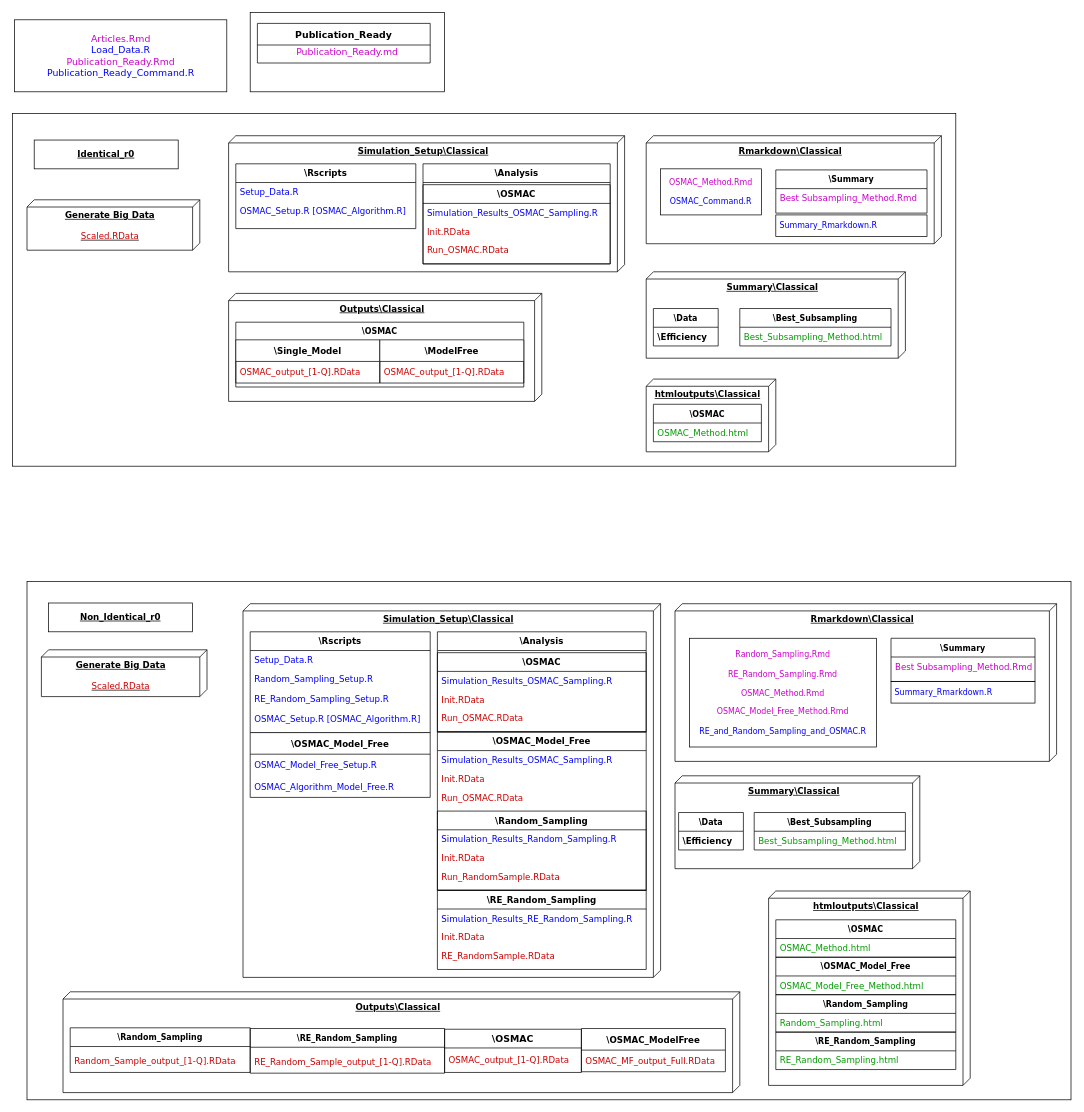
Above: Images/FullDiagram.drawio in Amalan-ConStat/RM_AM_MF_LR_RWS_NYC_Taxi_Fare_2013_Full (draw.io), before the change. Source tidied: cells renumbered, new cells numbered last; positions are measured from the earlier drawing's top-left corner, leaving out a move shared by most shapes. Both pictures are drawn from the tidied source at 72%, with x=0, y=0 at pixel (12, 12).
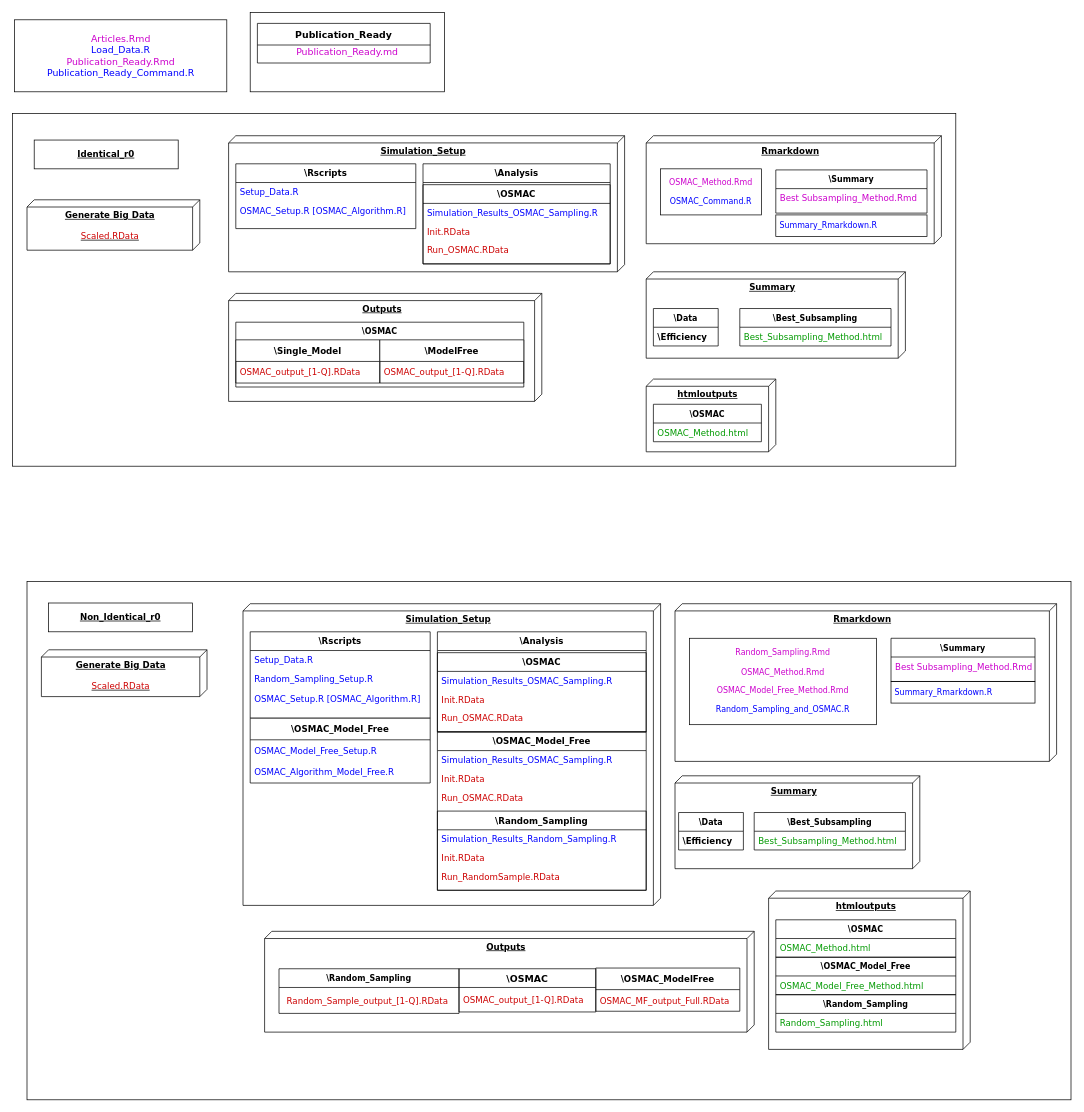
Above is the later version.

What changed in the source:
```diff
@@
-    <mxCell id="6" value="htmloutputs\Classical&lt;br&gt;&lt;br&gt;" style="verticalAlign=top;align=center;spacingTop=8;spacingLeft=2;spacingRight=12;shape=cube;size=10;direction=south;fontStyle=5;html=1;rounded=0;shadow=0;comic=0;labelBackgroundColor=none;strokeWidth=1;fontFamily=Verdana;fontSize=12;" parent="1" vertex="1">
+    <mxCell id="6" value="htmloutputs&lt;br&gt;" style="verticalAlign=top;align=center;spacingTop=8;spacingLeft=2;spacingRight=12;shape=cube;size=10;direction=south;fontStyle=5;html=1;rounded=0;shadow=0;comic=0;labelBackgroundColor=none;strokeWidth=1;fontFamily=Verdana;fontSize=12;" parent="1" vertex="1">
       <mxGeometry x="880" y="509" width="180" height="101" as="geometry" />
     </mxCell>
-    <mxCell id="7" value="Outputs\Classical" style="verticalAlign=top;align=center;spacingTop=8;spacingLeft=2;spacingRight=12;shape=cube;size=10;direction=south;fontStyle=5;html=1;rounded=0;shadow=0;comic=0;labelBackgroundColor=none;strokeWidth=1;fontFamily=Verdana;fontSize=12;" parent="1" vertex="1">
+    <mxCell id="7" value="Outputs" style="verticalAlign=top;align=center;spacingTop=8;spacingLeft=2;spacingRight=12;shape=cube;size=10;direction=south;fontStyle=5;html=1;rounded=0;shadow=0;comic=0;labelBackgroundColor=none;strokeWidth=1;fontFamily=Verdana;fontSize=12;" parent="1" vertex="1">
       <mxGeometry x="300" y="390" width="435" height="150" as="geometry" />
     </mxCell>
-    <mxCell id="8" value="&lt;b&gt;Rmarkdown\Classical&lt;/b&gt;" style="verticalAlign=top;align=center;spacingTop=8;spacingLeft=2;spacingRight=12;shape=cube;size=10;direction=south;fontStyle=4;html=1;rounded=0;shadow=0;comic=0;labelBackgroundColor=none;strokeWidth=1;fontFamily=Verdana;fontSize=12;" parent="1" vertex="1">
+    <mxCell id="8" value="&lt;b&gt;Rmarkdown&lt;/b&gt;" style="verticalAlign=top;align=center;spacingTop=8;spacingLeft=2;spacingRight=12;shape=cube;size=10;direction=south;fontStyle=4;html=1;rounded=0;shadow=0;comic=0;labelBackgroundColor=none;strokeWidth=1;fontFamily=Verdana;fontSize=12;" parent="1" vertex="1">
       <mxGeometry x="880" y="171" width="410" height="150" as="geometry" />
     </mxCell>
-    <mxCell id="9" value="Simulation_Setup\Classical" style="verticalAlign=top;align=center;spacingTop=8;spacingLeft=2;spacingRight=12;shape=cube;size=10;direction=south;fontStyle=5;html=1;rounded=0;shadow=0;comic=0;labelBackgroundColor=none;strokeWidth=1;fontFamily=Verdana;fontSize=12;" parent="1" vertex="1">
+    <mxCell id="9" value="Simulation_Setup" style="verticalAlign=top;align=center;spacingTop=8;spacingLeft=2;spacingRight=12;shape=cube;size=10;direction=south;fontStyle=5;html=1;rounded=0;shadow=0;comic=0;labelBackgroundColor=none;strokeWidth=1;fontFamily=Verdana;fontSize=12;" parent="1" vertex="1">
       <mxGeometry x="300" y="171" width="550" height="189" as="geometry" />
     </mxCell>
-    <mxCell id="10" value="&lt;b&gt;Summary\Classical&lt;/b&gt;" style="verticalAlign=top;align=center;spacingTop=8;spacingLeft=2;spacingRight=12;shape=cube;size=10;direction=south;fontStyle=4;html=1;rounded=0;shadow=0;comic=0;labelBackgroundColor=none;strokeWidth=1;fontFamily=Verdana;fontSize=12;" parent="1" vertex="1">
+    <mxCell id="10" value="&lt;b&gt;Summary&lt;/b&gt;" style="verticalAlign=top;align=center;spacingTop=8;spacingLeft=2;spacingRight=12;shape=cube;size=10;direction=south;fontStyle=4;html=1;rounded=0;shadow=0;comic=0;labelBackgroundColor=none;strokeWidth=1;fontFamily=Verdana;fontSize=12;" parent="1" vertex="1">
       <mxGeometry x="880" y="360" width="360" height="120" as="geometry" />
     </mxCell>
@@
-    <mxCell id="34" value="htmloutputs\Classical&lt;br&gt;&lt;br&gt;" style="verticalAlign=top;align=center;spacingTop=8;spacingLeft=2;spacingRight=12;shape=cube;size=10;direction=south;fontStyle=5;html=1;rounded=0;shadow=0;comic=0;labelBackgroundColor=none;strokeWidth=1;fontFamily=Verdana;fontSize=12;" parent="1" vertex="1">
-      <mxGeometry x="1050" y="1220" width="280" height="270" as="geometry" />
+    <mxCell id="34" value="htmloutputs&lt;br&gt;" style="verticalAlign=top;align=center;spacingTop=8;spacingLeft=2;spacingRight=12;shape=cube;size=10;direction=south;fontStyle=5;html=1;rounded=0;shadow=0;comic=0;labelBackgroundColor=none;strokeWidth=1;fontFamily=Verdana;fontSize=12;" parent="1" vertex="1">
+      <mxGeometry x="1050" y="1220" width="280" height="220" as="geometry" />
     </mxCell>
-    <mxCell id="35" value="Outputs\Classical" style="verticalAlign=top;align=center;spacingTop=8;spacingLeft=2;spacingRight=12;shape=cube;size=10;direction=south;fontStyle=5;html=1;rounded=0;shadow=0;comic=0;labelBackgroundColor=none;strokeWidth=1;fontFamily=Verdana;fontSize=12;" parent="1" vertex="1">
-      <mxGeometry x="70" y="1360" width="940" height="140" as="geometry" />
+    <mxCell id="35" value="Outputs" style="verticalAlign=top;align=center;spacingTop=8;spacingLeft=2;spacingRight=12;shape=cube;size=10;direction=south;fontStyle=5;html=1;rounded=0;shadow=0;comic=0;labelBackgroundColor=none;strokeWidth=1;fontFamily=Verdana;fontSize=12;" parent="1" vertex="1">
+      <mxGeometry x="350" y="1276" width="680" height="140" as="geometry" />
     </mxCell>
-    <mxCell id="36" value="&lt;b&gt;Rmarkdown\Classical&lt;/b&gt;" style="verticalAlign=top;align=center;spacingTop=8;spacingLeft=2;spacingRight=12;shape=cube;size=10;direction=south;fontStyle=4;html=1;rounded=0;shadow=0;comic=0;labelBackgroundColor=none;strokeWidth=1;fontFamily=Verdana;fontSize=12;" parent="1" vertex="1">
+    <mxCell id="36" value="&lt;b&gt;Rmarkdown&lt;/b&gt;" style="verticalAlign=top;align=center;spacingTop=8;spacingLeft=2;spacingRight=12;shape=cube;size=10;direction=south;fontStyle=4;html=1;rounded=0;shadow=0;comic=0;labelBackgroundColor=none;strokeWidth=1;fontFamily=Verdana;fontSize=12;" parent="1" vertex="1">
       <mxGeometry x="920" y="821" width="530" height="219" as="geometry" />
     </mxCell>
-    <mxCell id="37" value="Simulation_Setup\Classical" style="verticalAlign=top;align=center;spacingTop=8;spacingLeft=2;spacingRight=12;shape=cube;size=10;direction=south;fontStyle=5;html=1;rounded=0;shadow=0;comic=0;labelBackgroundColor=none;strokeWidth=1;fontFamily=Verdana;fontSize=12;" parent="1" vertex="1">
-      <mxGeometry x="320" y="821" width="580" height="519" as="geometry" />
+    <mxCell id="37" value="Simulation_Setup" style="verticalAlign=top;align=center;spacingTop=8;spacingLeft=2;spacingRight=12;shape=cube;size=10;direction=south;fontStyle=5;html=1;rounded=0;shadow=0;comic=0;labelBackgroundColor=none;strokeWidth=1;fontFamily=Verdana;fontSize=12;" parent="1" vertex="1">
+      <mxGeometry x="320" y="821" width="580" height="419" as="geometry" />
     </mxCell>
-    <mxCell id="38" value="&lt;b&gt;Summary\Classical&lt;/b&gt;" style="verticalAlign=top;align=center;spacingTop=8;spacingLeft=2;spacingRight=12;shape=cube;size=10;direction=south;fontStyle=4;html=1;rounded=0;shadow=0;comic=0;labelBackgroundColor=none;strokeWidth=1;fontFamily=Verdana;fontSize=12;" parent="1" vertex="1">
+    <mxCell id="38" value="&lt;b&gt;Summary&lt;/b&gt;" style="verticalAlign=top;align=center;spacingTop=8;spacingLeft=2;spacingRight=12;shape=cube;size=10;direction=south;fontStyle=4;html=1;rounded=0;shadow=0;comic=0;labelBackgroundColor=none;strokeWidth=1;fontFamily=Verdana;fontSize=12;" parent="1" vertex="1">
       <mxGeometry x="920" y="1060" width="340" height="129" as="geometry" />
     </mxCell>
     <mxCell id="39" value="\Rscripts" style="swimlane;fontStyle=1;horizontal=1;startSize=26;fontFamily=Verdana;" parent="1" vertex="1">
-      <mxGeometry x="330" y="860" width="250" height="140" as="geometry" />
+      <mxGeometry x="330" y="860" width="250" height="120" as="geometry" />
     </mxCell>
@@
-    <mxCell id="41" value="Random_Sampling_Setup.R&#10;&#10;RE_Random_Sampling_Setup.R&#10;&#10;OSMAC_Setup.R [OSMAC_Algorithm.R]&#10;" style="text;strokeColor=none;fillColor=none;align=left;verticalAlign=top;spacingLeft=4;spacingRight=4;overflow=hidden;fontColor=#0000FF;fontFamily=Verdana;" parent="39" vertex="1">
-      <mxGeometry y="52" width="250" height="88" as="geometry" />
+    <mxCell id="41" value="Random_Sampling_Setup.R&#10;&#10;OSMAC_Setup.R [OSMAC_Algorithm.R]&#10;" style="text;strokeColor=none;fillColor=none;align=left;verticalAlign=top;spacingLeft=4;spacingRight=4;overflow=hidden;fontColor=#0000FF;fontFamily=Verdana;" parent="39" vertex="1">
+      <mxGeometry y="52" width="250" height="68" as="geometry" />
     </mxCell>
@@
-    <mxCell id="43" value="&lt;font color=&quot;#cc00cc&quot;&gt;Random_Sampling.Rmd&lt;br&gt;&lt;br&gt;&lt;/font&gt;&lt;span style=&quot;color: rgb(204 , 0 , 204)&quot;&gt;RE_Random_Sampling.Rmd&lt;/span&gt;&lt;font color=&quot;#cc00cc&quot;&gt;&lt;br&gt;&lt;br&gt;OSMAC_Method.Rmd&lt;br&gt;&lt;br&gt;OSMAC_Model_Free_Method.Rmd&lt;br&gt;&lt;/font&gt;&lt;br&gt;&lt;font color=&quot;#0000ff&quot;&gt;RE_and_Random_Sampling_and_OSMAC.R&lt;/font&gt;" style="whiteSpace=wrap;html=1;fontSize=11;fontColor=#000000;strokeColor=#000000;fillColor=none;align=center;fontFamily=Verdana;" parent="1" vertex="1">
-      <mxGeometry x="940" y="869" width="260" height="151" as="geometry" />
+    <mxCell id="43" value="&lt;font color=&quot;#cc00cc&quot;&gt;Random_Sampling.Rmd&lt;/font&gt;&lt;font color=&quot;#cc00cc&quot;&gt;&lt;br&gt;&lt;br&gt;OSMAC_Method.Rmd&lt;br&gt;&lt;br&gt;OSMAC_Model_Free_Method.Rmd&lt;br&gt;&lt;/font&gt;&lt;br&gt;&lt;font color=&quot;#0000ff&quot;&gt;Random_Sampling_and_OSMAC.R&lt;/font&gt;" style="whiteSpace=wrap;html=1;fontSize=11;fontColor=#000000;strokeColor=#000000;fillColor=none;align=center;fontFamily=Verdana;" parent="1" vertex="1">
+      <mxGeometry x="940" y="869" width="260" height="120" as="geometry" />
     </mxCell>
@@
     <mxCell id="56" value="\OSMAC_ModelFree" style="swimlane;fontStyle=1;horizontal=1;startSize=30;fontColor=#000000;fontFamily=Verdana;" parent="1" vertex="1">
-      <mxGeometry x="790" y="1411" width="200" height="60" as="geometry" />
+      <mxGeometry x="810" y="1327" width="200" height="60" as="geometry" />
     </mxCell>
@@
     <mxCell id="58" value="\OSMAC_Model_Free" style="swimlane;fontStyle=1;horizontal=1;startSize=30;fontColor=#000000;fontFamily=Verdana;" parent="1" vertex="1">
-      <mxGeometry x="330" y="1000" width="250" height="90" as="geometry" />
+      <mxGeometry x="330" y="980" width="250" height="90" as="geometry" />
     </mxCell>
@@
-    <mxCell id="69" value="\RE_Random_Sampling" style="swimlane;fontStyle=1;horizontal=1;startSize=26;strokeColor=#000000;fillColor=none;fontFamily=Verdana;" parent="1" vertex="1">
-      <mxGeometry x="590" y="1219" width="290" height="110" as="geometry" />
-    </mxCell>
-    <mxCell id="70" value="Simulation_Results_RE_Random_Sampling.R" style="text;strokeColor=none;fillColor=none;align=left;verticalAlign=top;spacingLeft=4;spacingRight=4;overflow=hidden;fontColor=#0000FF;fontFamily=Verdana;" parent="69" vertex="1">
-      <mxGeometry y="26" width="290" height="26" as="geometry" />
-    </mxCell>
-    <mxCell id="71" value="Init.RData" style="text;strokeColor=none;fillColor=none;align=left;verticalAlign=top;spacingLeft=4;spacingRight=4;overflow=hidden;fontColor=#CC0000;fontFamily=Verdana;" parent="69" vertex="1">
-      <mxGeometry y="52" width="290" height="26" as="geometry" />
-    </mxCell>
-    <mxCell id="72" value="RE_RandomSample.RData" style="text;strokeColor=none;fillColor=none;align=left;verticalAlign=top;spacingLeft=4;spacingRight=4;overflow=hidden;fontColor=#CC0000;fontFamily=Verdana;" parent="69" vertex="1">
-      <mxGeometry y="78" width="290" height="32" as="geometry" />
-    </mxCell>
     <mxCell id="73" value="\Random_Sampling" style="swimlane;fontStyle=1;horizontal=1;startSize=26;fontSize=11;strokeColor=#000000;fillColor=none;align=center;html=0;fontFamily=Verdana;" parent="1" vertex="1">
-      <mxGeometry x="80" y="1410" width="250" height="62" as="geometry" />
+      <mxGeometry x="370" y="1328" width="250" height="62" as="geometry" />
     </mxCell>
     <mxCell id="74" value="\OSMAC" style="swimlane;fontStyle=1;horizontal=1;startSize=26;fontSize=13;strokeColor=#000000;fillColor=none;align=center;html=0;fontFamily=Verdana;" parent="1" vertex="1">
-      <mxGeometry x="600" y="1412" width="190" height="60" as="geometry" />
+      <mxGeometry x="620" y="1328" width="190" height="60" as="geometry" />
     </mxCell>
@@
-    <mxCell id="80" value="\RE_Random_Sampling" style="swimlane;fontStyle=1;horizontal=1;startSize=26;fontSize=11;strokeColor=#000000;fillColor=none;align=center;html=0;fontFamily=Verdana;" parent="1" vertex="1">
-      <mxGeometry x="1060" y="1416" width="250" height="52" as="geometry" />
-    </mxCell>
-    <mxCell id="81" value="RE_Random_Sampling.html" style="text;strokeColor=none;fillColor=none;align=left;verticalAlign=top;spacingLeft=4;spacingRight=4;overflow=hidden;fontColor=#009900;fontFamily=Verdana;" parent="80" vertex="1">
-      <mxGeometry y="26" width="250" height="26" as="geometry" />
-    </mxCell>
@@
     <mxCell id="86" value="Random_Sample_output_[1-Q].RData" style="text;strokeColor=none;fillColor=none;align=left;verticalAlign=middle;spacingLeft=4;spacingRight=4;overflow=hidden;fontColor=#CC0000;fontFamily=Verdana;" parent="1" vertex="1">
-      <mxGeometry x="80" y="1441" width="240" height="30" as="geometry" />
+      <mxGeometry x="375" y="1357" width="240" height="30" as="geometry" />
     </mxCell>
-    <mxCell id="87" value="\RE_Random_Sampling" style="swimlane;fontStyle=1;horizontal=1;startSize=26;fontSize=11;strokeColor=#000000;fillColor=none;align=center;html=0;fontFamily=Verdana;" parent="1" vertex="1">
-      <mxGeometry x="330" y="1411" width="270" height="62" as="geometry" />
-    </mxCell>
-    <mxCell id="88" value="RE_Random_Sample_output_[1-Q].RData" style="text;strokeColor=none;fillColor=none;align=left;verticalAlign=middle;spacingLeft=4;spacingRight=4;overflow=hidden;fontColor=#CC0000;fontFamily=Verdana;" parent="1" vertex="1">
-      <mxGeometry x="330" y="1442" width="270" height="30" as="geometry" />
-    </mxCell>
```
